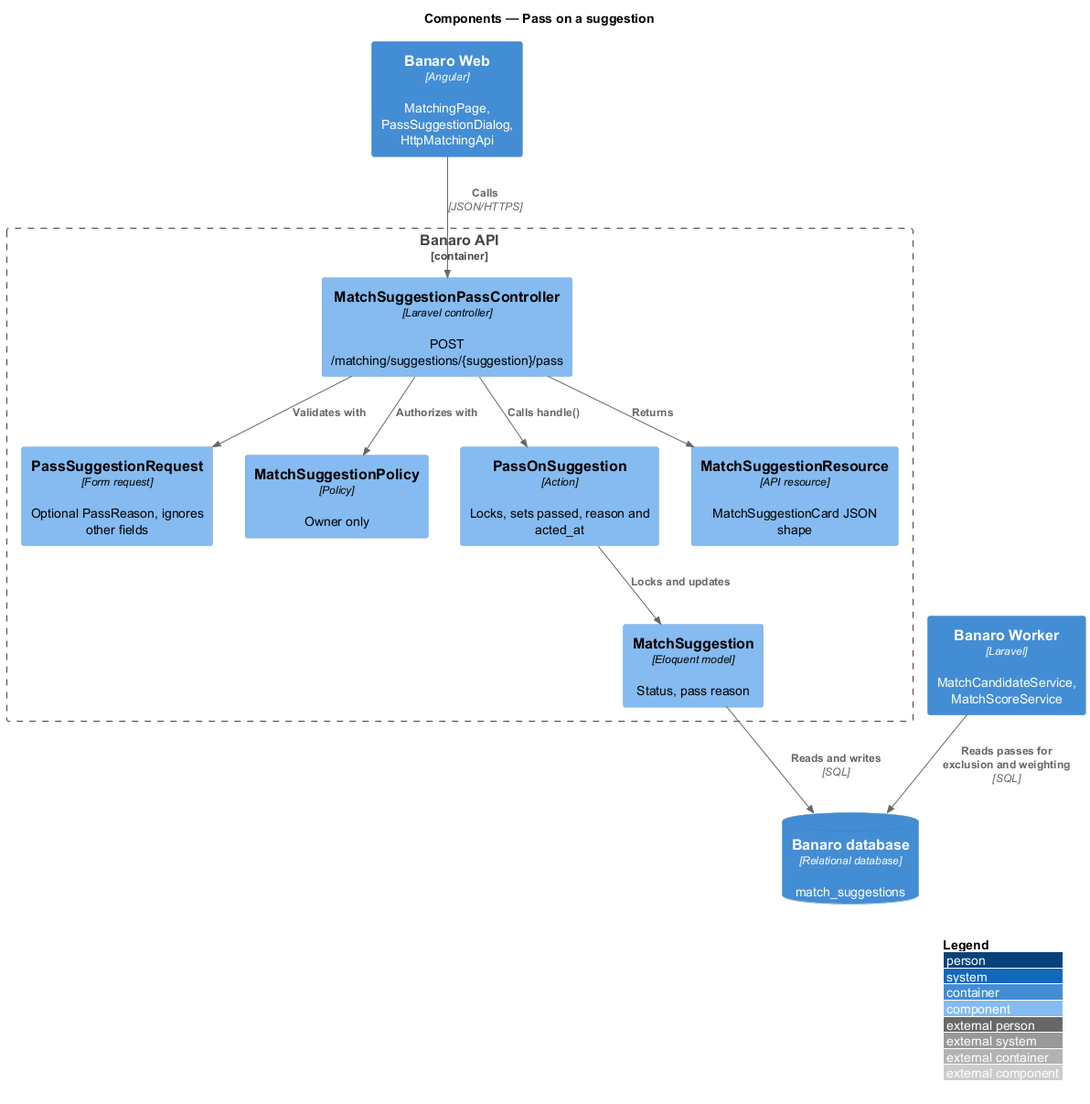
Above: docs/detailed-designs/matching/pass-on-suggestion/diagrams/c4-component.png in QuinntyneBrown/banaro (PlantUML), before the change.
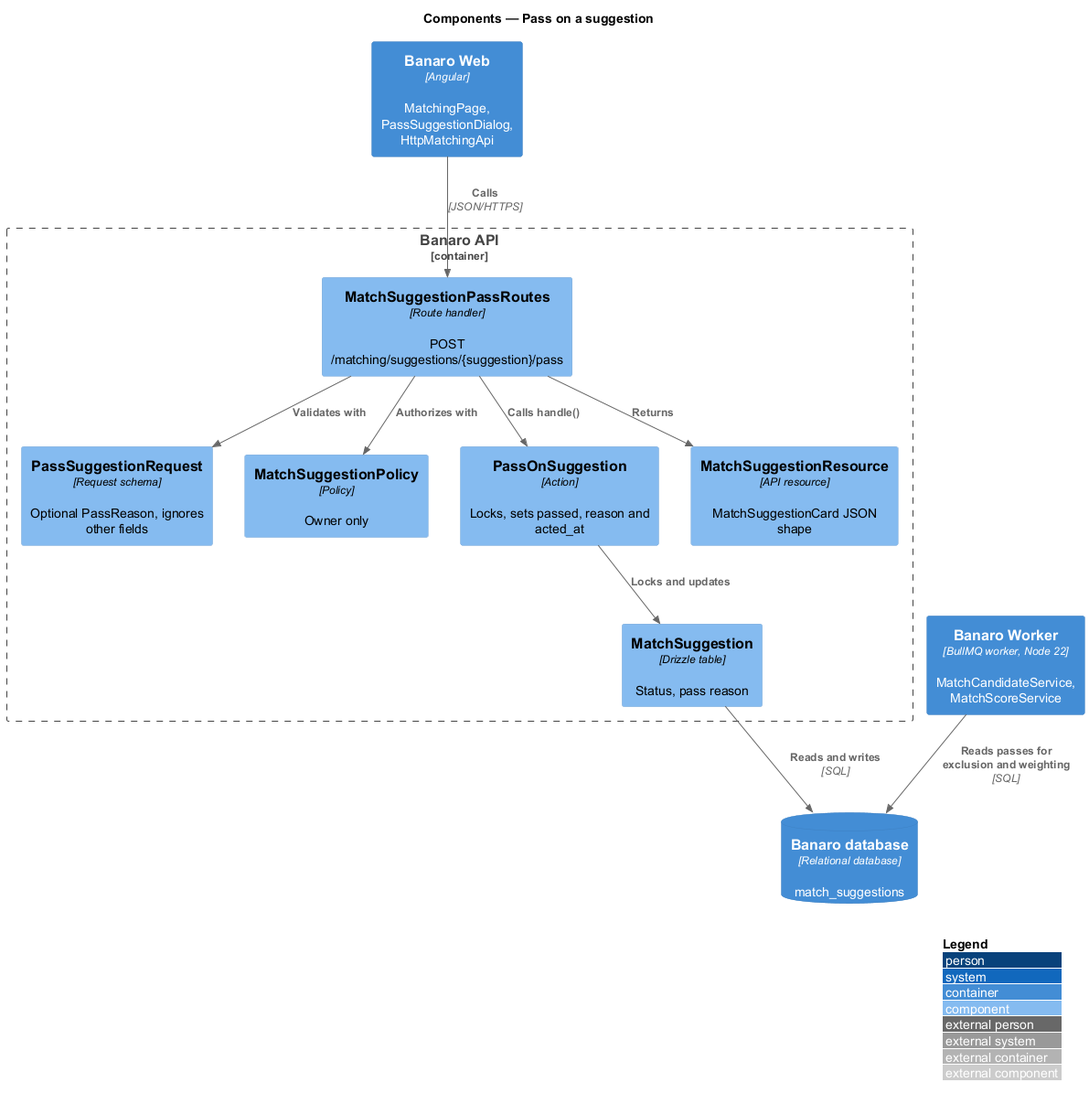
Later version of the same file.

Change to the diagram source:
```diff
@@ -5,14 +5,14 @@
 
 Container(web, "Banaro Web", "Angular", "MatchingPage, PassSuggestionDialog, HttpMatchingApi")
 ContainerDb(db, "Banaro database", "Relational database", "match_suggestions")
-Container(worker, "Banaro Worker", "Laravel", "MatchCandidateService, MatchScoreService")
+Container(worker, "Banaro Worker", "BullMQ worker, Node 22", "MatchCandidateService, MatchScoreService")
 
 Container_Boundary(api, "Banaro API") {
-  Component(ctrl, "MatchSuggestionPassController", "Laravel controller", "POST /matching/suggestions/{suggestion}/pass")
-  Component(req, "PassSuggestionRequest", "Form request", "Optional PassReason, ignores other fields")
+  Component(ctrl, "MatchSuggestionPassRoutes", "Route handler", "POST /matching/suggestions/{suggestion}/pass")
+  Component(req, "PassSuggestionRequest", "Request schema", "Optional PassReason, ignores other fields")
   Component(policy, "MatchSuggestionPolicy", "Policy", "Owner only")
   Component(action, "PassOnSuggestion", "Action", "Locks, sets passed, reason and acted_at")
-  Component(model, "MatchSuggestion", "Eloquent model", "Status, pass reason")
+  Component(model, "MatchSuggestion", "Drizzle table", "Status, pass reason")
   Component(resource, "MatchSuggestionResource", "API resource", "MatchSuggestionCard JSON shape")
 }
 
```
